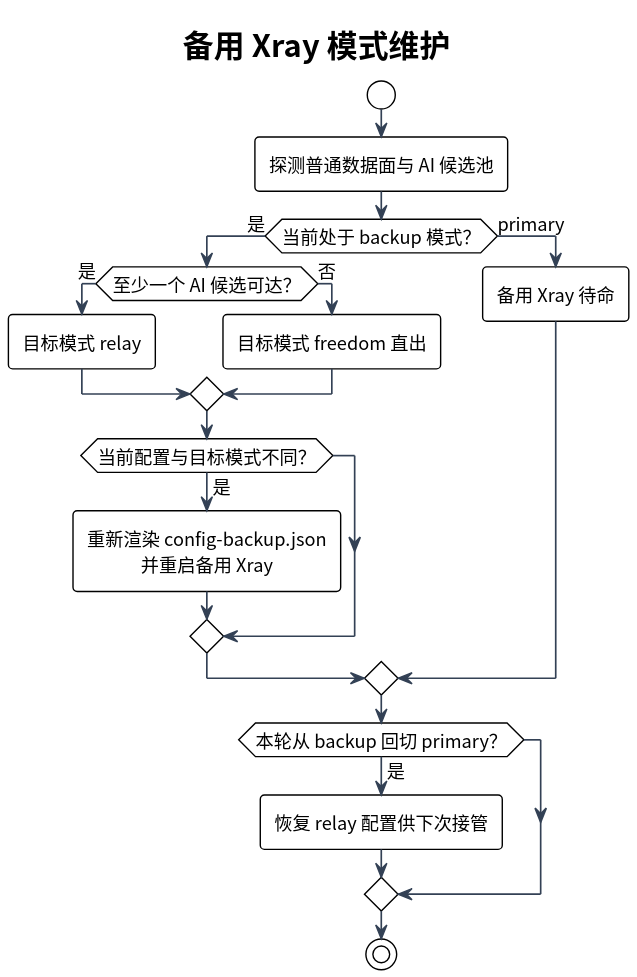
Earlier version of the PlantUML export docs/diagrams/dns-backup-mode.svg (i-zrhe2016/ai-routing-panel). Source of this version:
```plantuml
@startuml
!include style.iuml
title 备用 Xray 模式维护
start
:探测普通数据面与 AI 候选池;
if (当前处于 backup 模式？) then (是)
  if (至少一个 AI 候选可达？) then (是)
    :目标模式 relay;
  else (否)
    :目标模式 freedom 直出;
  endif
  if (当前配置与目标模式不同？) then (是)
    :重新渲染 config-backup.json\n并重启备用 Xray;
  endif
else (primary)
  :备用 Xray 待命;
endif
if (本轮从 backup 回切 primary？) then (是)
  :恢复 relay 配置供下次接管;
endif
stop
@enduml
```
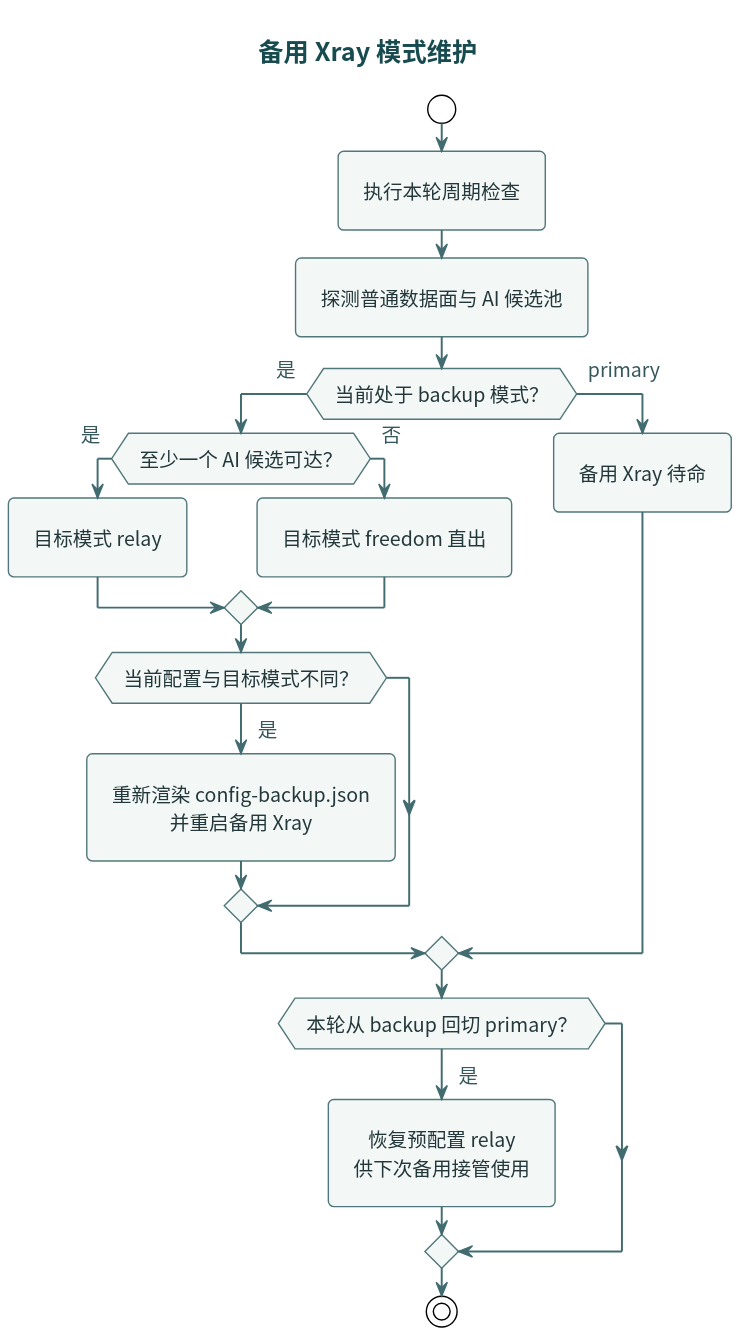
The same file after the commit.

Diff of the diagram source:
```diff
@@ -2,6 +2,7 @@
 !include style.iuml
 title 备用 Xray 模式维护
 start
+:执行本轮周期检查;
 :探测普通数据面与 AI 候选池;
 if (当前处于 backup 模式？) then (是)
   if (至少一个 AI 候选可达？) then (是)
@@ -16,7 +17,7 @@
   :备用 Xray 待命;
 endif
 if (本轮从 backup 回切 primary？) then (是)
-  :恢复 relay 配置供下次接管;
+  :恢复预配置 relay\n供下次备用接管使用;
 endif
 stop
 @enduml
```
